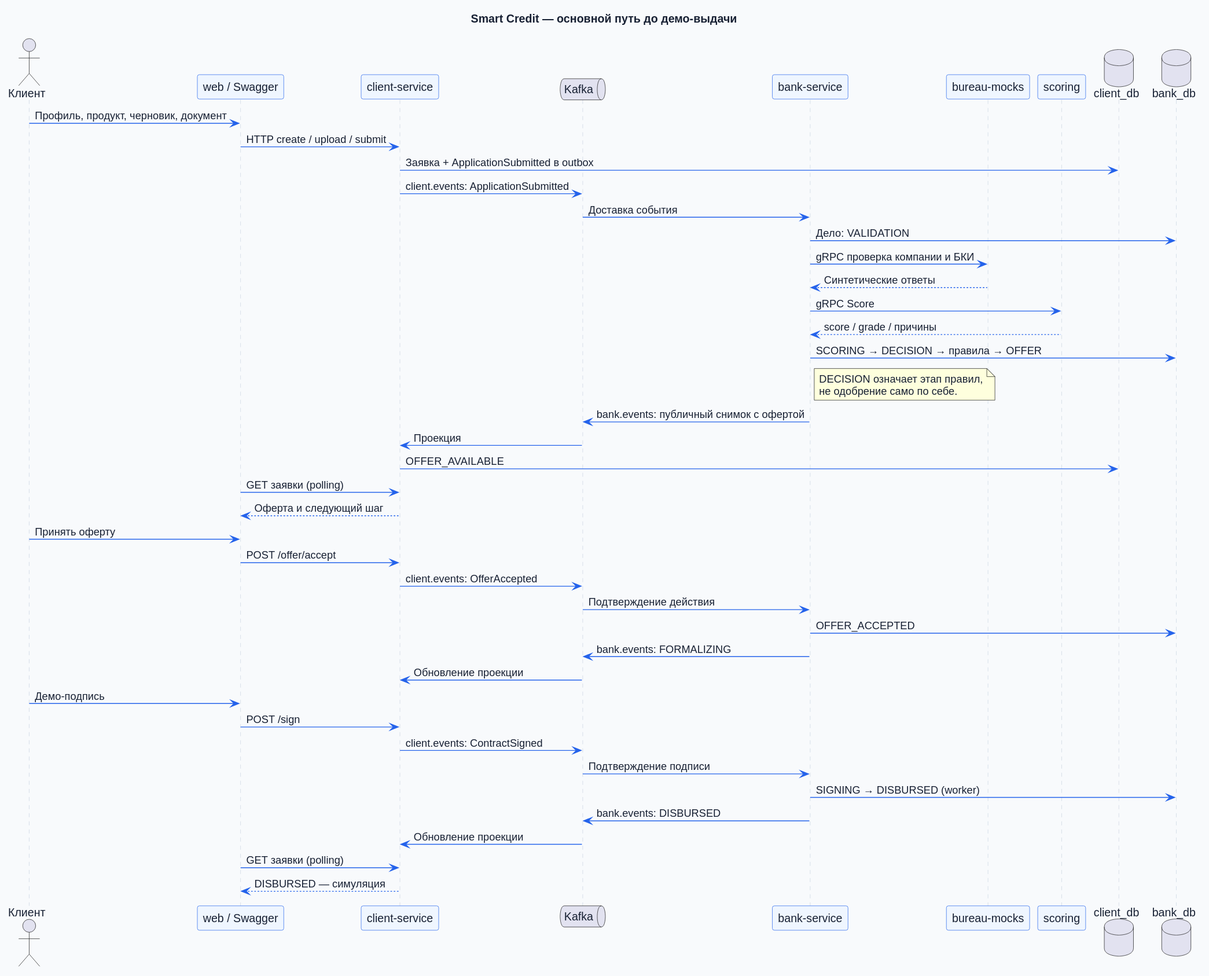
This is docs/diagrams/client-journey.svg from kry4onok/smart-credit, a PlantUML export, as it was before one commit. Its diagram source:
```plantuml
@startuml
skinparam backgroundColor #F8FAFC
skinparam shadowing false
skinparam defaultFontName Arial
skinparam defaultFontColor #172033
skinparam sequenceArrowColor #2563EB
skinparam sequenceLifeLineBorderColor #CBD5E1
skinparam sequenceParticipantBorderColor #2563EB
skinparam sequenceParticipantBackgroundColor #EFF6FF
skinparam sequenceGroupBorderColor #94A3B8
skinparam sequenceGroupBackgroundColor #F1F5F9
title Smart Credit — основной путь до демо-выдачи

actor "Клиент" as User
participant "web / Swagger" as UI
participant "client-service" as Client
queue "Kafka" as Kafka
participant "bank-service" as Bank
participant "bureau-mocks" as Bureau
participant "scoring" as Scoring
database "client_db" as CDB
database "bank_db" as BDB

User -> UI: Профиль, продукт, черновик, документ
UI -> Client: HTTP create / upload / submit
Client -> CDB: Заявка + ApplicationSubmitted в outbox
Client -> Kafka: client.events: ApplicationSubmitted
Kafka -> Bank: Доставка события
Bank -> BDB: Дело: VALIDATION
Bank -> Bureau: gRPC проверка компании и БКИ
Bureau --> Bank: Синтетические ответы
Bank -> Scoring: gRPC Score
Scoring --> Bank: score / grade / причины
Bank -> BDB: SCORING → DECISION → правила → OFFER
note right of Bank: DECISION означает этап правил,\nне одобрение само по себе.
Bank -> Kafka: bank.events: публичный снимок с офертой
Kafka -> Client: Проекция
Client -> CDB: OFFER_AVAILABLE
UI -> Client: GET заявки (polling)
Client --> UI: Оферта и следующий шаг
User -> UI: Принять оферту
UI -> Client: POST /offer/accept
Client -> Kafka: client.events: OfferAccepted
Kafka -> Bank: Подтверждение действия
Bank -> BDB: OFFER_ACCEPTED
Bank -> Kafka: bank.events: FORMALIZING
Kafka -> Client: Обновление проекции
User -> UI: Демо-подпись
UI -> Client: POST /sign
Client -> Kafka: client.events: ContractSigned
Kafka -> Bank: Подтверждение подписи
Bank -> BDB: SIGNING → DISBURSED (worker)
Bank -> Kafka: bank.events: DISBURSED
Kafka -> Client: Обновление проекции
UI -> Client: GET заявки (polling)
Client --> UI: DISBURSED — симуляция
@enduml
```
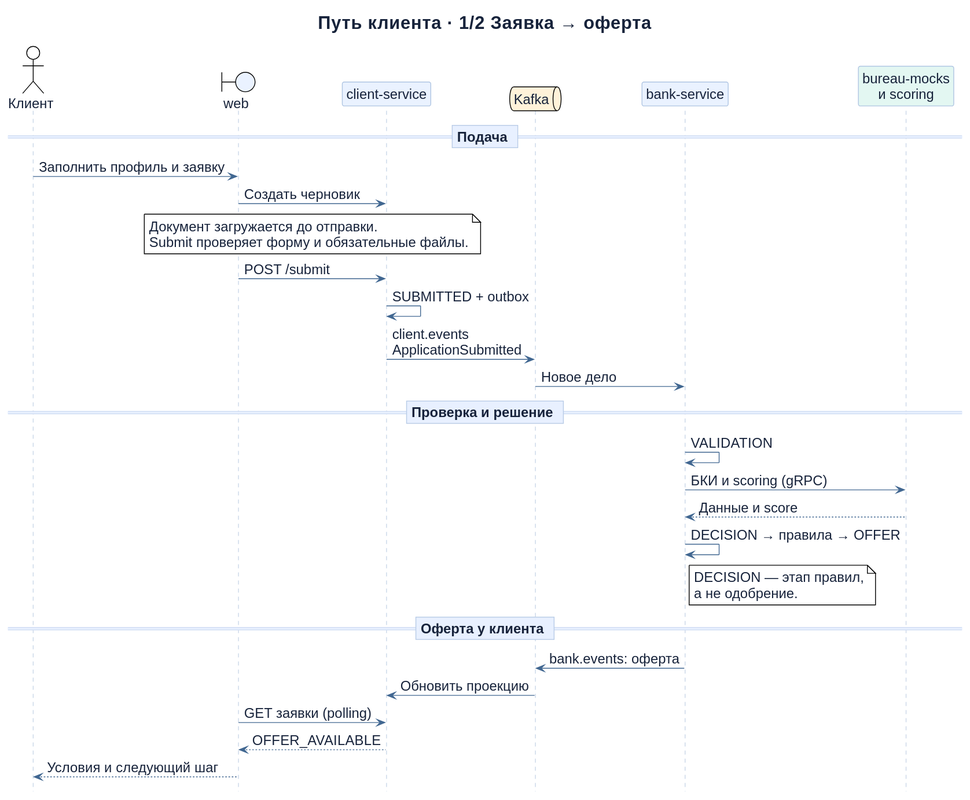
After the change.

Commit message:
docs: simplify architecture and journey diagrams

What changed in the source:
```diff
@@ -1,57 +1,48 @@
 @startuml
-skinparam backgroundColor #F8FAFC
+!theme plain
+skinparam backgroundColor #FFFFFF
 skinparam shadowing false
 skinparam defaultFontName Arial
-skinparam defaultFontColor #172033
-skinparam sequenceArrowColor #2563EB
-skinparam sequenceLifeLineBorderColor #CBD5E1
-skinparam sequenceParticipantBorderColor #2563EB
-skinparam sequenceParticipantBackgroundColor #EFF6FF
-skinparam sequenceGroupBorderColor #94A3B8
-skinparam sequenceGroupBackgroundColor #F1F5F9
-title Smart Credit — основной путь до демо-выдачи
+skinparam defaultFontSize 17
+skinparam defaultFontColor #17233B
+skinparam sequenceArrowColor #416791
+skinparam sequenceLifeLineBorderColor #CAD7E8
+skinparam sequenceParticipantBorderColor #AFC5E2
+skinparam sequenceParticipantBackgroundColor #EAF2FF
+skinparam sequenceGroupBorderColor #B5C6DE
+skinparam sequenceGroupBackgroundColor #F5F8FC
+skinparam sequenceDividerBackgroundColor #E8F0FF
+skinparam sequenceDividerBorderColor #B8CBE6
+hide footbox
+title Путь клиента  ·  1/2  Заявка → оферта
 
 actor "Клиент" as User
-participant "web / Swagger" as UI
-participant "client-service" as Client
-queue "Kafka" as Kafka
-participant "bank-service" as Bank
-participant "bureau-mocks" as Bureau
-participant "scoring" as Scoring
-database "client_db" as CDB
-database "bank_db" as BDB
+boundary "web" as Web #EAF2FF
+participant "client-service" as Client #EAF2FF
+queue "Kafka" as Kafka #FFF2D9
+participant "bank-service" as Bank #EAF2FF
+participant "bureau-mocks\nи scoring" as Checks #E3F7F2
 
-User -> UI: Профиль, продукт, черновик, документ
-UI -> Client: HTTP create / upload / submit
-Client -> CDB: Заявка + ApplicationSubmitted в outbox
-Client -> Kafka: client.events: ApplicationSubmitted
-Kafka -> Bank: Доставка события
-Bank -> BDB: Дело: VALIDATION
-Bank -> Bureau: gRPC проверка компании и БКИ
-Bureau --> Bank: Синтетические ответы
-Bank -> Scoring: gRPC Score
-Scoring --> Bank: score / grade / причины
-Bank -> BDB: SCORING → DECISION → правила → OFFER
-note right of Bank: DECISION означает этап правил,\nне одобрение само по себе.
-Bank -> Kafka: bank.events: публичный снимок с офертой
-Kafka -> Client: Проекция
-Client -> CDB: OFFER_AVAILABLE
-UI -> Client: GET заявки (polling)
-Client --> UI: Оферта и следующий шаг
-User -> UI: Принять оферту
-UI -> Client: POST /offer/accept
-Client -> Kafka: client.events: OfferAccepted
-Kafka -> Bank: Подтверждение действия
-Bank -> BDB: OFFER_ACCEPTED
-Bank -> Kafka: bank.events: FORMALIZING
-Kafka -> Client: Обновление проекции
-User -> UI: Демо-подпись
-UI -> Client: POST /sign
-Client -> Kafka: client.events: ContractSigned
-Kafka -> Bank: Подтверждение подписи
-Bank -> BDB: SIGNING → DISBURSED (worker)
-Bank -> Kafka: bank.events: DISBURSED
-Kafka -> Client: Обновление проекции
-UI -> Client: GET заявки (polling)
-Client --> UI: DISBURSED — симуляция
+== Подача ==
+User -> Web: Заполнить профиль и заявку
+Web -> Client: Создать черновик
+note over Web,Client: Документ загружается до отправки.\nSubmit проверяет форму и обязательные файлы.
+Web -> Client: POST /submit
+Client -> Client: SUBMITTED + outbox
+Client -> Kafka: client.events\nApplicationSubmitted
+Kafka -> Bank: Новое дело
+
+== Проверка и решение ==
+Bank -> Bank: VALIDATION
+Bank -> Checks: БКИ и scoring (gRPC)
+Checks --> Bank: Данные и score
+Bank -> Bank: DECISION → правила → OFFER
+note right of Bank: DECISION — этап правил,\nа не одобрение.
+
+== Оферта у клиента ==
+Bank -> Kafka: bank.events: оферта
+Kafka -> Client: Обновить проекцию
+Web -> Client: GET заявки (polling)
+Client --> Web: OFFER_AVAILABLE
+Web --> User: Условия и следующий шаг
 @enduml
```
